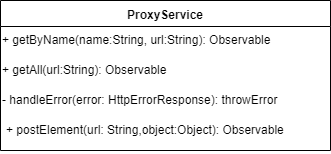
Before: Documentación/Imagenes/Bitmap/ServiciosWeb/ProxyService.png, a diagram exported from draw.io (NILGroup/TFG-1819-PictoTexto). Source tidied: cells renumbered, new cells last; positions are measured from the earlier drawing's top-left corner, leaving out a move shared by most shapes. Its diagram source:
```xml
<mxGraphModel background="#ffffff">
  <root>
    <mxCell id="0" />
    <mxCell id="1" parent="0" />
    <mxCell id="2" value="ProxyService" style="swimlane;fontStyle=1;align=center;verticalAlign=top;horizontal=1;startSize=26;" parent="1" vertex="1">
      <mxGeometry width="330" height="150" as="geometry" />
    </mxCell>
    <mxCell id="3" value="+ getByName(name:String, url:String): Observable" style="text;html=1;" parent="2" vertex="1">
      <mxGeometry y="26" width="330" height="30" as="geometry" />
    </mxCell>
    <mxCell id="4" value="+ getAll(url:String): Observable" style="text;html=1;" parent="2" vertex="1">
      <mxGeometry y="56" width="330" height="30" as="geometry" />
    </mxCell>
    <mxCell id="5" value="- handleError(error: HttpErrorResponse): throwError" style="text;html=1;" parent="2" vertex="1">
      <mxGeometry y="86" width="330" height="30" as="geometry" />
    </mxCell>
    <mxCell id="6" value="+ postElement(url: String,object:Object): Observable" style="text;strokeColor=none;fillColor=none;align=left;verticalAlign=top;spacingLeft=4;spacingRight=4;overflow=hidden;" parent="2" vertex="1">
      <mxGeometry y="116" width="330" height="34" as="geometry" />
    </mxCell>
  </root>
</mxGraphModel>
```
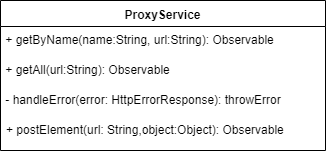
Above is the later version.

Change to the diagram source:
```diff
@@ -3,19 +3,19 @@
     <mxCell id="0" />
     <mxCell id="1" parent="0" />
     <mxCell id="2" value="ProxyService" style="swimlane;fontStyle=1;align=center;verticalAlign=top;horizontal=1;startSize=26;" parent="1" vertex="1">
-      <mxGeometry width="330" height="150" as="geometry" />
+      <mxGeometry width="325" height="150" as="geometry" />
     </mxCell>
-    <mxCell id="3" value="+ getByName(name:String, url:String): Observable" style="text;html=1;" parent="2" vertex="1">
-      <mxGeometry y="26" width="330" height="30" as="geometry" />
+    <mxCell id="3" value="&amp;nbsp;+ getByName(name:String, url:String): Observable" style="text;html=1;" parent="2" vertex="1">
+      <mxGeometry y="26" width="325" height="30" as="geometry" />
     </mxCell>
-    <mxCell id="4" value="+ getAll(url:String): Observable" style="text;html=1;" parent="2" vertex="1">
-      <mxGeometry y="56" width="330" height="30" as="geometry" />
+    <mxCell id="4" value="&amp;nbsp;+ getAll(url:String): Observable" style="text;html=1;" parent="2" vertex="1">
+      <mxGeometry y="56" width="325" height="30" as="geometry" />
     </mxCell>
-    <mxCell id="5" value="- handleError(error: HttpErrorResponse): throwError" style="text;html=1;" parent="2" vertex="1">
-      <mxGeometry y="86" width="330" height="30" as="geometry" />
+    <mxCell id="5" value="&amp;nbsp;- handleError(error: HttpErrorResponse): throwError" style="text;html=1;" parent="2" vertex="1">
+      <mxGeometry y="86" width="325" height="30" as="geometry" />
     </mxCell>
     <mxCell id="6" value="+ postElement(url: String,object:Object): Observable" style="text;strokeColor=none;fillColor=none;align=left;verticalAlign=top;spacingLeft=4;spacingRight=4;overflow=hidden;" parent="2" vertex="1">
-      <mxGeometry y="116" width="330" height="34" as="geometry" />
+      <mxGeometry y="116" width="325" height="34" as="geometry" />
     </mxCell>
   </root>
 </mxGraphModel>
```
